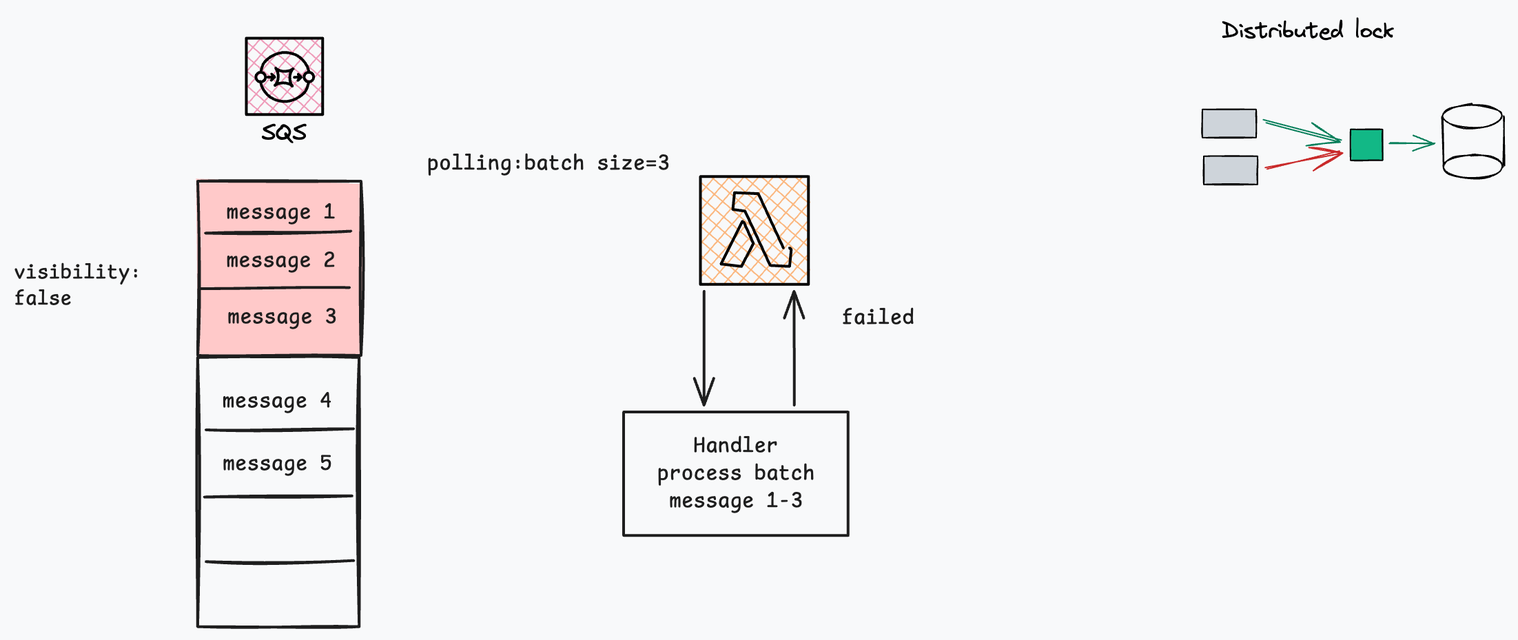
Earlier version of the Excalidraw export assets/sys/sqs-lambda.png (6thfdwp/learning-thoughts). Source tidied: one line per element, renumbered; positions are measured from the earlier drawing's top-left corner, leaving out a move shared by most shapes.
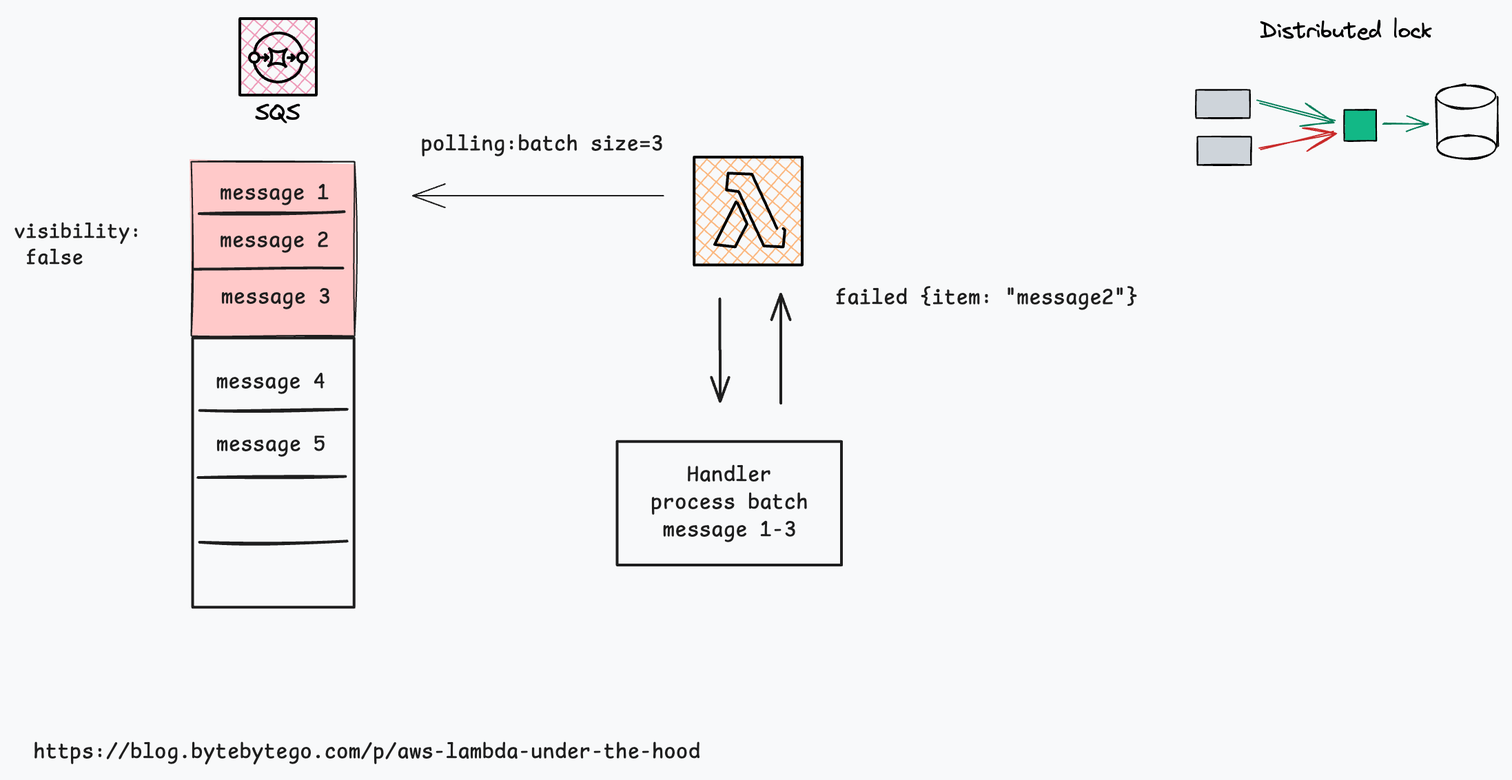
The same file after the commit.

Diff of the diagram source:
```diff
@@ -1,7 +1,7 @@
 {"id": 0, "type": "rectangle", "strokeColor": "#000000", "backgroundColor": "#fd7e1488", "fillStyle": "cross-hatch", "strokeWidth": 2, "roughness": 0, "x": 498, "y": 118, "width": 78, "height": 78}
 {"id": 1, "type": "line", "strokeColor": "#000000", "strokeWidth": 2, "roughness": 0, "x": 529, "y": 151, "width": 23, "height": 33, "points": [[0, 0], [-15, 31], [-1, 33], [8, 16], [1, 1]]}
 {"id": 2, "type": "line", "strokeColor": "#000000", "strokeWidth": 2, "roughness": 0, "x": 558, "y": 170, "width": 42, "height": 53, "points": [[0, 0], [-18, -39], [-35, -40], [-37, -28], [-28, -27], [-10, 13], [4, 13], [6, 1], [4, 0]]}
-{"id": 3, "type": "text", "text": "Distributed lock", "strokeColor": "#000000", "backgroundColor": "#fa5252", "fillStyle": "hachure", "strokeWidth": 1, "roughness": 1, "fontSize": 16, "fontFamily": 1, "x": 877, "y": 0, "width": 128, "height": 26}
+{"id": 3, "type": "text", "text": "Distributed lock", "strokeColor": "#000000", "backgroundColor": "#fa5252", "fillStyle": "hachure", "strokeWidth": 1, "roughness": 1, "fontSize": 16, "fontFamily": 1, "x": 909, "y": 14, "width": 128, "height": 26}
 {"id": 4, "type": "ellipse", "strokeColor": "#000000", "strokeWidth": 1, "roughness": 1, "x": 1037, "y": 66, "width": 43, "height": 17}
 {"id": 5, "type": "ellipse", "strokeColor": "#000000", "strokeWidth": 1, "roughness": 1, "x": 1037, "y": 102, "width": 43, "height": 17}
 {"id": 6, "type": "line", "strokeColor": "#000000", "strokeWidth": 1, "roughness": 1, "round": true, "x": 1037, "y": 75, "width": 0, "height": 34, "points": [[0, 0], [0, 34]]}
@@ -24,7 +24,7 @@
 {"id": 23, "type": "line", "strokeColor": "#000000", "strokeWidth": 2, "roughness": 0, "round": true, "x": 179, "y": 43, "width": 35, "height": 15, "points": [[0, 0], [2, -7], [7, -11], [13, -14], [19, -14], [25, -13], [30, -9], [34, -5], [35, 0]]}
 {"id": 24, "type": "line", "strokeColor": "#000000", "angle": 3.14, "strokeWidth": 2, "roughness": 0, "round": true, "x": 179, "y": 64, "width": 35, "height": 15, "points": [[0, 0], [2, -7], [7, -11], [13, -14], [19, -14], [25, -13], [30, -9], [34, -5], [35, 0]]}
 {"id": 25, "type": "text", "text": "SQS", "strokeColor": "#000000", "strokeWidth": 1, "roughness": 1, "fontSize": 17.03, "fontFamily": 1, "x": 180, "y": 77, "width": 33, "height": 20}
-{"id": 26, "type": "rectangle", "strokeColor": "#1e1e1e", "backgroundColor": "#ffc9c9", "fillStyle": "solid", "strokeWidth": 2, "roughness": 1, "x": 133, "y": 121, "width": 119, "height": 127}
+{"id": 26, "type": "rectangle", "strokeColor": "#1e1e1e", "backgroundColor": "#ffc9c9", "fillStyle": "solid", "strokeWidth": 1, "roughness": 1, "x": 133, "y": 121, "width": 119, "height": 127}
 {"id": 27, "type": "line", "strokeColor": "#1e1e1e", "strokeWidth": 2, "roughness": 1, "x": 139, "y": 159, "width": 105, "height": 1, "points": [[0, 0], [105, -1]]}
 {"id": 28, "type": "line", "strokeColor": "#1e1e1e", "strokeWidth": 2, "roughness": 1, "x": 135, "y": 200, "width": 108, "height": 1, "points": [[0, 0], [108, -1]]}
 {"id": 29, "type": "line", "strokeColor": "#1e1e1e", "strokeWidth": 2, "roughness": 1, "x": 139, "y": 302, "width": 107, "height": 1, "points": [[0, 0], [107, -1]]}
@@ -32,14 +32,16 @@
 {"id": 31, "type": "text", "text": "message 2", "strokeColor": "#1e1e1e", "strokeWidth": 2, "roughness": 1, "fontSize": 16, "fontFamily": 8, "x": 154, "y": 169, "width": 79, "height": 20}
 {"id": 32, "type": "text", "text": "message 3", "strokeColor": "#1e1e1e", "strokeWidth": 2, "roughness": 1, "fontSize": 16, "fontFamily": 8, "x": 155, "y": 210, "width": 79, "height": 20}
 {"id": 33, "type": "text", "text": "polling:batch size=3", "strokeColor": "#1e1e1e", "strokeWidth": 2, "roughness": 0, "fontSize": 16, "fontFamily": 8, "x": 300, "y": 99, "width": 176, "height": 20}
-{"id": 34, "type": "rectangle", "strokeColor": "#1e1e1e", "strokeWidth": 2, "roughness": 1, "x": 133, "y": 249, "width": 117, "height": 195}
+{"id": 34, "type": "rectangle", "strokeColor": "#1e1e1e", "strokeWidth": 2, "roughness": 0, "x": 134, "y": 249, "width": 117, "height": 195}
 {"id": 35, "type": "line", "strokeColor": "#1e1e1e", "strokeWidth": 2, "roughness": 1, "x": 138, "y": 351, "width": 107, "height": 1, "points": [[0, 0], [107, -1]]}
 {"id": 36, "type": "line", "strokeColor": "#1e1e1e", "strokeWidth": 2, "roughness": 1, "x": 139, "y": 398, "width": 107, "height": 1, "points": [[0, 0], [107, -1]]}
-{"id": 37, "type": "rectangle", "strokeColor": "#1e1e1e", "strokeWidth": 2, "roughness": 0, "x": 443, "y": 289, "width": 163, "height": 90}
+{"id": 37, "type": "rectangle", "strokeColor": "#1e1e1e", "strokeWidth": 2, "roughness": 0, "x": 442, "y": 325, "width": 163, "height": 90}
-{"id": 38, "type": "text", "text": "Handler\nprocess batch\nmessage 1-3", "strokeColor": "#1e1e1e", "strokeWidth": 2, "roughness": 0, "fontSize": 16, "fontFamily": 8, "textAlign": "center", "verticalAlign": "middle", "inside": 37, "x": 467, "y": 304, "width": 115, "height": 60}
+{"id": 38, "type": "text", "text": "Handler\nprocess batch\nmessage 1-3", "strokeColor": "#1e1e1e", "strokeWidth": 2, "roughness": 0, "fontSize": 16, "fontFamily": 8, "textAlign": "center", "verticalAlign": "middle", "inside": 37, "x": 467, "y": 339, "width": 115, "height": 60}
 {"id": 39, "type": "text", "text": "message 4", "strokeColor": "#1e1e1e", "strokeWidth": 2, "roughness": 0, "fontSize": 16, "fontFamily": 8, "x": 151, "y": 272, "width": 79, "height": 20}
 {"id": 40, "type": "text", "text": "message 5", "strokeColor": "#1e1e1e", "strokeWidth": 2, "roughness": 0, "fontSize": 16, "fontFamily": 8, "x": 152, "y": 317, "width": 79, "height": 20}
-{"id": 41, "type": "text", "text": "visibility:\nfalse", "strokeColor": "#1e1e1e", "strokeWidth": 2, "roughness": 0, "fontSize": 15.31, "fontFamily": 8, "x": 0, "y": 179, "width": 93, "height": 38}
+{"id": 41, "type": "text", "text": "visibility:\n false", "strokeColor": "#1e1e1e", "strokeWidth": 2, "roughness": 0, "fontSize": 15.31, "fontFamily": 8, "x": 5, "y": 163, "width": 93, "height": 38}
-{"id": 42, "type": "arrow", "strokeColor": "#1e1e1e", "strokeWidth": 2, "roughness": 0, "endArrowhead": "arrow", "from": 0, "to": 37, "x": 501, "y": 201, "width": 0, "height": 83, "points": [[0, 0], [0, 41], [0, 41], [0, 83]]}
+{"id": 42, "type": "arrow", "strokeColor": "#1e1e1e", "strokeWidth": 2, "roughness": 0, "endArrowhead": "arrow", "x": 517, "y": 221, "width": 0, "height": 74, "points": [[0, 0], [0, 37], [0, 37], [0, 74]]}
-{"id": 43, "type": "arrow", "strokeColor": "#1e1e1e", "strokeWidth": 2, "roughness": 0, "endArrowhead": "arrow", "from": 37, "to": 0, "x": 566, "y": 284, "width": 0, "height": 83, "points": [[0, 0], [0, -41], [0, -41], [0, -83]]}
+{"id": 43, "type": "arrow", "strokeColor": "#1e1e1e", "strokeWidth": 2, "roughness": 0, "endArrowhead": "arrow", "x": 561, "y": 297, "width": 0, "height": 79, "points": [[0, 0], [0, -40], [0, -40], [0, -79]]}
-{"id": 44, "type": "text", "text": "failed", "strokeColor": "#1e1e1e", "strokeWidth": 2, "roughness": 0, "fontSize": 16, "fontFamily": 8, "x": 600, "y": 211, "width": 53, "height": 20}
+{"id": 44, "type": "text", "text": "failed {item: \"message2\"}", "strokeColor": "#1e1e1e", "strokeWidth": 2, "roughness": 0, "fontSize": 16, "fontFamily": 8, "x": 600, "y": 211, "width": 220, "height": 20}
+{"id": 45, "type": "arrow", "strokeColor": "#1e1e1e", "strokeWidth": 1, "roughness": 0, "endArrowhead": "arrow", "x": 476, "y": 146, "width": 182, "height": 0, "points": [[0, 0], [-91, 0], [-91, 0], [-182, 0]]}
+{"id": 46, "type": "text", "text": "https://blog.bytebytego.com/p/aws-lambda-under-the-hood", "strokeColor": "#1e1e1e", "backgroundColor": "#ffffff", "fillStyle": "solid", "strokeWidth": 1, "roughness": 0, "fontSize": 16, "fontFamily": 8, "x": 19, "y": 540, "width": 485, "height": 20}
```
